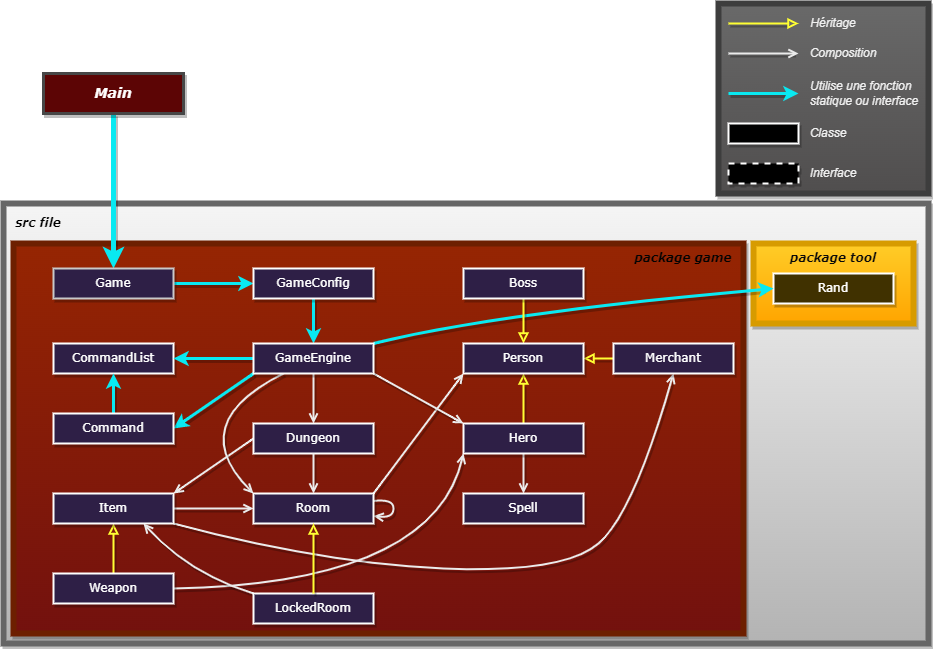
Vivien-Parsis/Jeux-rpg keeps this draw.io diagram as Java_RPG/doc/diagram.drawio.png. Above is the earlier version. Source tidied: cells renumbered, new cells last; positions are measured from the earlier drawing's top-left corner, leaving out a move shared by most shapes.
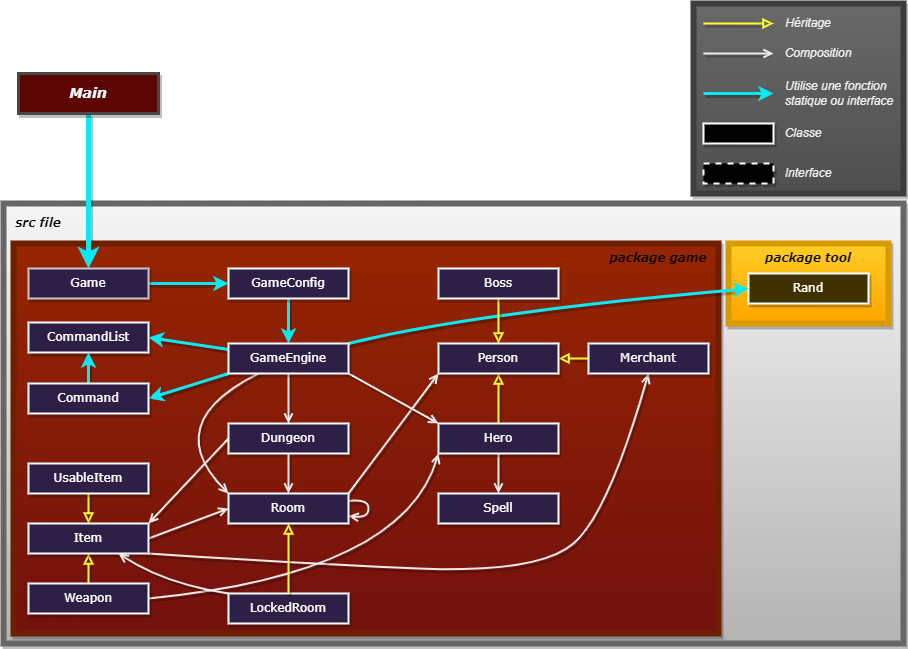
Later version of the same file.

Diff of the diagram source:
```diff
@@ -6,13 +6,13 @@
       <mxGeometry x="715" width="210" height="190" as="geometry" />
     </mxCell>
     <mxCell id="3" style="rounded=0.5;whiteSpace=wrap;html=1;strokeWidth=6;fillColor=#f5f5f5;strokeColor=#666666;gradientColor=#b3b3b3;shadow=1;" parent="1" vertex="1">
-      <mxGeometry y="200" width="925" height="440" as="geometry" />
+      <mxGeometry x="25" y="200" width="900" height="440" as="geometry" />
     </mxCell>
     <mxCell id="4" style="rounded=0;whiteSpace=wrap;html=1;fillColor=#ffcd28;gradientColor=#ffa500;strokeColor=#d79b00;gradientDirection=south;strokeWidth=6;shadow=1;" parent="1" vertex="1">
       <mxGeometry x="750" y="240" width="160" height="80" as="geometry" />
     </mxCell>
     <mxCell id="5" style="rounded=0;whiteSpace=wrap;html=1;fillColor=#962502;strokeColor=#6D1F00;fontColor=#ffffff;gradientColor=#73110E;gradientDirection=south;strokeWidth=6;shadow=1;perimeterSpacing=0;" parent="1" vertex="1">
-      <mxGeometry x="10" y="240" width="730" height="390" as="geometry" />
+      <mxGeometry x="35" y="240" width="705" height="390" as="geometry" />
     </mxCell>
     <mxCell id="6" style="edgeStyle=none;html=1;fontColor=#FFFAFA;strokeColor=#FFFF33;strokeWidth=2;endArrow=block;endFill=0;shadow=1;" parent="1" edge="1" source="47" target="45">
       <mxGeometry relative="1" as="geometry" />
@@ -21,7 +21,7 @@
       <mxGeometry relative="1" as="geometry" />
     </mxCell>
     <mxCell id="8" value="CommandList" style="rounded=0;whiteSpace=wrap;html=1;fillStyle=auto;fillColor=#2E1F46;fontFamily=Verdana;fontColor=#ffffff;strokeColor=#ffffff;strokeWidth=2;shadow=1;" parent="1" vertex="1">
-      <mxGeometry x="50" y="340" width="120" height="30" as="geometry" />
+      <mxGeometry x="50" y="319" width="120" height="30" as="geometry" />
     </mxCell>
     <mxCell id="9" value="&lt;font face=&quot;Verdana&quot;&gt;package game&lt;/font&gt;" style="text;html=1;align=center;verticalAlign=middle;whiteSpace=wrap;rounded=0;fontStyle=3;fontColor=#030303;shadow=1;" parent="1" vertex="1">
       <mxGeometry x="630" y="245" width="100" height="20" as="geometry" />
@@ -36,7 +36,7 @@
       <mxGeometry x="770" y="270" width="120" height="30" as="geometry" />
     </mxCell>
     <mxCell id="13" value="&lt;font face=&quot;Verdana&quot;&gt;src file&lt;/font&gt;" style="text;html=1;align=center;verticalAlign=middle;whiteSpace=wrap;rounded=0;fontColor=#000000;fontStyle=3;strokeColor=none;labelBackgroundColor=none;labelBorderColor=none;shadow=1;" parent="1" vertex="1">
-      <mxGeometry x="10" y="210" width="50" height="20" as="geometry" />
+      <mxGeometry x="35" y="210" width="50" height="20" as="geometry" />
     </mxCell>
     <mxCell id="14" style="edgeStyle=none;html=1;entryX=1;entryY=0.5;entryDx=0;entryDy=0;strokeColor=#FFFF33;fontColor=#FFFAFA;strokeWidth=2;endArrow=block;endFill=0;shadow=1;" parent="1" edge="1" source="50" target="45">
       <mxGeometry relative="1" as="geometry" />
@@ -139,7 +139,7 @@
     <mxCell id="38" style="edgeStyle=none;html=1;curved=1;fontColor=#FFFAFA;strokeColor=#EBEBEB;strokeWidth=2;entryX=0;entryY=1;entryDx=0;entryDy=0;exitX=1;exitY=0.5;exitDx=0;exitDy=0;endArrow=open;endFill=0;sourcePerimeterSpacing=0;targetPerimeterSpacing=0;endSize=6;shadow=1;" parent="1" edge="1" source="51" target="47">
       <mxGeometry relative="1" as="geometry">
         <Array as="points">
-          <mxPoint x="430" y="580" />
+          <mxPoint x="425" y="570" />
         </Array>
       </mxGeometry>
     </mxCell>
@@ -188,10 +188,10 @@
       <mxGeometry x="610" y="340" width="120" height="30" as="geometry" />
     </mxCell>
     <mxCell id="51" value="Weapon" style="rounded=0;whiteSpace=wrap;html=1;fillStyle=auto;fillColor=#2E1F46;fontFamily=Verdana;fontColor=#ffffff;strokeWidth=2;strokeColor=#ffffff;shadow=1;" parent="1" vertex="1">
-      <mxGeometry x="50" y="570" width="120" height="30" as="geometry" />
+      <mxGeometry x="50" y="580" width="120" height="30" as="geometry" />
     </mxCell>
     <mxCell id="52" value="Item" style="rounded=0;whiteSpace=wrap;html=1;fillStyle=auto;fillColor=#2E1F46;fontFamily=Verdana;fontColor=#ffffff;strokeWidth=2;strokeColor=#ffffff;shadow=1;" parent="1" vertex="1">
-      <mxGeometry x="50" y="490" width="120" height="30" as="geometry" />
+      <mxGeometry x="50" y="520" width="120" height="30" as="geometry" />
     </mxCell>
     <mxCell id="53" value="Room" style="rounded=0;whiteSpace=wrap;html=1;fillStyle=auto;fillColor=#2E1F46;fontFamily=Verdana;fontColor=#ffffff;strokeColor=#ffffff;strokeWidth=2;shadow=1;" parent="1" vertex="1">
       <mxGeometry x="250" y="490" width="120" height="30" as="geometry" />
@@ -206,7 +206,7 @@
       <mxGeometry x="250" y="265" width="120" height="30" as="geometry" />
     </mxCell>
     <mxCell id="57" value="Command" style="rounded=0;whiteSpace=wrap;html=1;fillStyle=auto;fillColor=#2E1F46;fontFamily=Verdana;fontColor=#ffffff;strokeWidth=2;strokeColor=#ffffff;shadow=1;" parent="1" vertex="1">
-      <mxGeometry x="50" y="410" width="120" height="30" as="geometry" />
+      <mxGeometry x="50" y="380" width="120" height="30" as="geometry" />
     </mxCell>
     <mxCell id="58" value="Game" style="rounded=0;whiteSpace=wrap;html=1;fillStyle=auto;fillColor=#2E1F46;fontFamily=Verdana;fontColor=#ffffff;strokeColor=#C9C9C9;strokeWidth=2;shadow=1;" parent="1" vertex="1">
       <mxGeometry x="50" y="265" width="120" height="30" as="geometry" />
@@ -214,7 +214,7 @@
     <mxCell id="59" style="edgeStyle=none;html=1;entryX=0.75;entryY=1;entryDx=0;entryDy=0;endArrow=open;strokeColor=#EBEBEB;fontColor=#FFFAFA;strokeWidth=2;endFill=0;shadow=1;curved=1;exitX=0;exitY=0;exitDx=0;exitDy=0;" parent="1" edge="1" source="60" target="52">
       <mxGeometry relative="1" as="geometry">
         <Array as="points">
-          <mxPoint x="185" y="570" />
+          <mxPoint x="185" y="580" />
         </Array>
       </mxGeometry>
     </mxCell>
@@ -224,5 +224,11 @@
     <mxCell id="61" style="edgeStyle=none;html=1;fontColor=#FFFAFA;strokeColor=#FFFF33;strokeWidth=2;exitX=0.5;exitY=0;exitDx=0;exitDy=0;entryX=0.5;entryY=1;entryDx=0;entryDy=0;endArrow=block;endFill=0;shadow=1;" parent="1" edge="1" source="60" target="53">
       <mxGeometry relative="1" as="geometry" />
     </mxCell>
+    <mxCell id="62" style="edgeStyle=none;html=1;endArrow=block;strokeColor=#FFFF33;fontColor=#FFFAFA;strokeWidth=2;endFill=0;shadow=1;entryX=0.5;entryY=0;entryDx=0;entryDy=0;" parent="1" edge="1" source="63" target="52">
+      <mxGeometry relative="1" as="geometry" />
+    </mxCell>
+    <mxCell id="63" value="UsableItem" style="rounded=0;whiteSpace=wrap;html=1;fillStyle=auto;fillColor=#2E1F46;fontFamily=Verdana;fontColor=#ffffff;strokeWidth=2;strokeColor=#ffffff;shadow=1;" parent="1" vertex="1">
+      <mxGeometry x="50" y="460" width="120" height="30" as="geometry" />
+    </mxCell>
   </root>
 </mxGraphModel>
```
